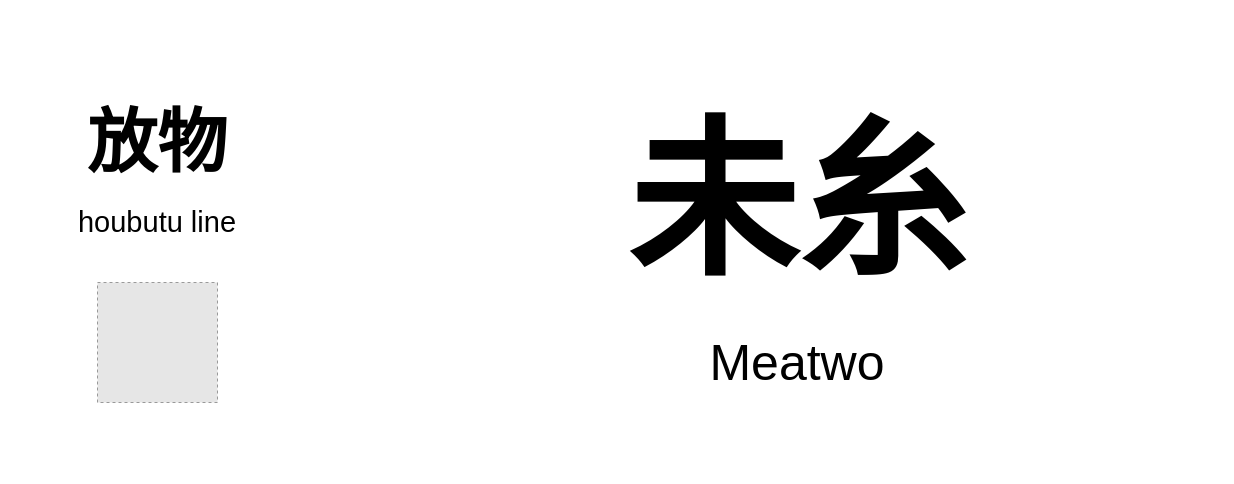
The draw.io diagram page "miito" (7 of 14) of 放物.drawio in chainsawsteel1/drawio-files, before the edit. Source tidied: cells renumbered, new cells numbered last; positions are measured from the earlier drawing's top-left corner, leaving out a move shared by most shapes. Both pictures are drawn from the tidied source at 100%, with x=0, y=0 at pixel (17, 17). Pictures stored in the file or linked from it are replaced by grey dashed boxes.
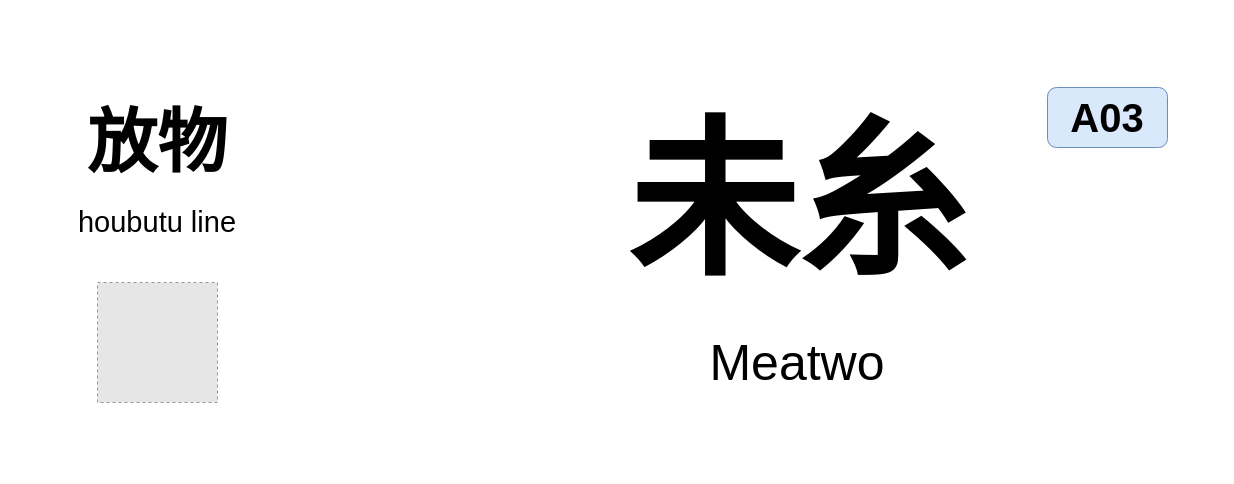
The same page after the edit.

The edit, as a diff of the source:
```diff
@@
 <mxGraphModel>
   <root>
     <mxCell id="0" />
     <mxCell id="1" parent="0" />
     <mxCell id="2" value="&lt;font size=&quot;1&quot;&gt;&lt;b style=&quot;font-size: 70px;&quot;&gt;放物&lt;/b&gt;&lt;/font&gt;" style="text;html=1;align=center;verticalAlign=middle;whiteSpace=wrap;rounded=0;" parent="1" vertex="1">
       <mxGeometry x="40" y="85" width="200" height="80" as="geometry" />
     </mxCell>
     <mxCell id="3" value="&lt;font size=&quot;1&quot;&gt;&lt;b style=&quot;font-size: 170px;&quot;&gt;未糸&lt;/b&gt;&lt;/font&gt;" style="text;html=1;align=center;verticalAlign=middle;whiteSpace=wrap;rounded=0;" parent="1" vertex="1">
       <mxGeometry x="400" y="85" width="760" height="200" as="geometry" />
     </mxCell>
     <mxCell id="4" value="&lt;font style=&quot;font-size: 50px;&quot;&gt;Meatwo&lt;/font&gt;" style="text;html=1;align=center;verticalAlign=middle;whiteSpace=wrap;rounded=0;" parent="1" vertex="1">
       <mxGeometry x="400" y="305" width="760" height="80" as="geometry" />
     </mxCell>
     <mxCell id="5" value="&lt;font style=&quot;font-size: 29px;&quot;&gt;houbutu line&lt;br&gt;&lt;/font&gt;" style="text;html=1;align=center;verticalAlign=middle;whiteSpace=wrap;rounded=0;" parent="1" vertex="1">
       <mxGeometry x="40" y="185" width="200" height="40" as="geometry" />
     </mxCell>
     <mxCell id="6" style="fillColor=#E6E6E6;strokeColor=#999999;dashed=1;verticalLabelPosition=bottom;labelBackgroundColor=default;verticalAlign=top;" parent="1" vertex="1">
       <mxGeometry x="80" y="265" width="120" height="120" as="geometry" />
     </mxCell>
     <mxCell id="7" value="&amp;nbsp;" style="text;html=1;align=center;verticalAlign=middle;whiteSpace=wrap;rounded=0;" parent="1" vertex="1">
       <mxGeometry width="1200" height="20" as="geometry" />
     </mxCell>
     <mxCell id="8" value="&amp;nbsp;" style="text;html=1;align=center;verticalAlign=middle;whiteSpace=wrap;rounded=0;" parent="1" vertex="1">
       <mxGeometry y="430" width="1200" height="20" as="geometry" />
     </mxCell>
+    <mxCell id="9" value="&lt;font size=&quot;1&quot;&gt;&lt;b&gt;&lt;font style=&quot;font-size: 40px;&quot;&gt;A03&lt;/font&gt;&lt;/b&gt;&lt;/font&gt;" style="rounded=1;whiteSpace=wrap;html=1;fillColor=#dae8fc;strokeColor=#6c8ebf;" parent="1" vertex="1">
+      <mxGeometry x="1030" y="70" width="120" height="60" as="geometry" />
+    </mxCell>
   </root>
 </mxGraphModel>
```
